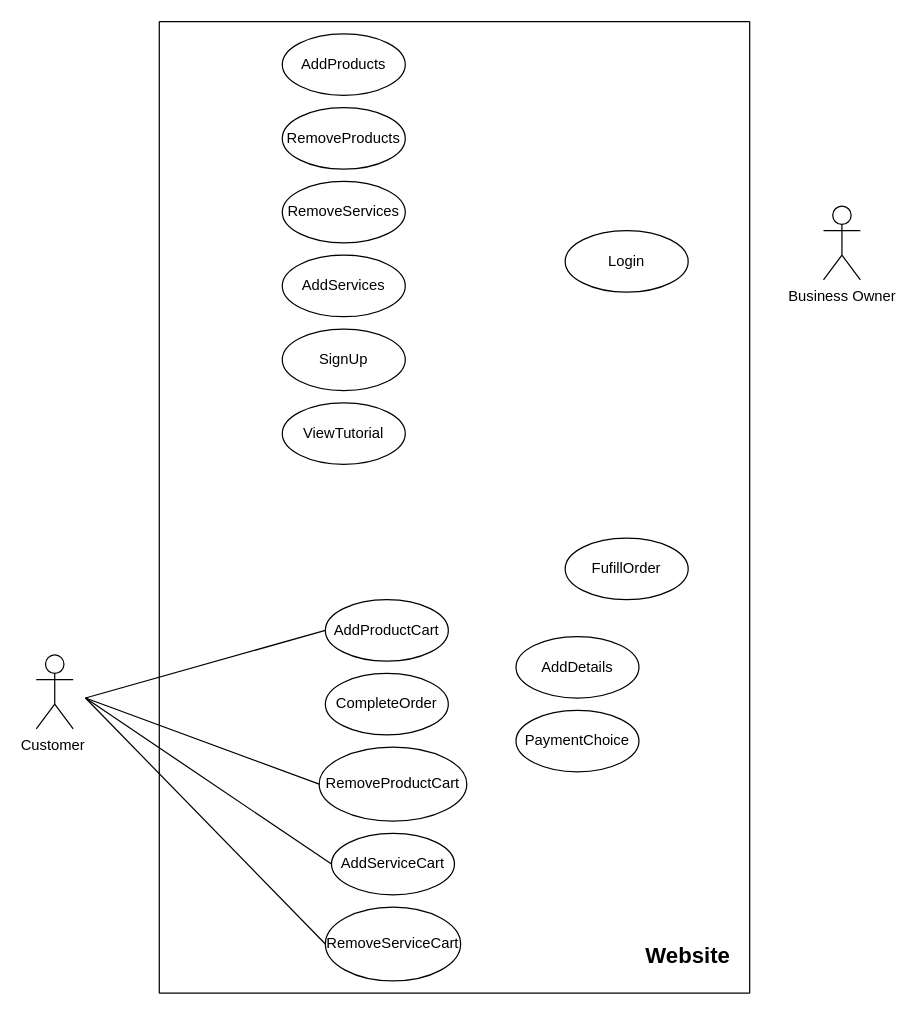
The draw.io diagram Untitled Diagram.drawio in willdonlan8/hello-world, before the edit. Source tidied: cells renumbered, new cells numbered last; positions are measured from the earlier drawing's top-left corner, leaving out a move shared by most shapes. Both pictures are drawn from the tidied source at 123%, with x=0, y=0 at pixel (36, 21).
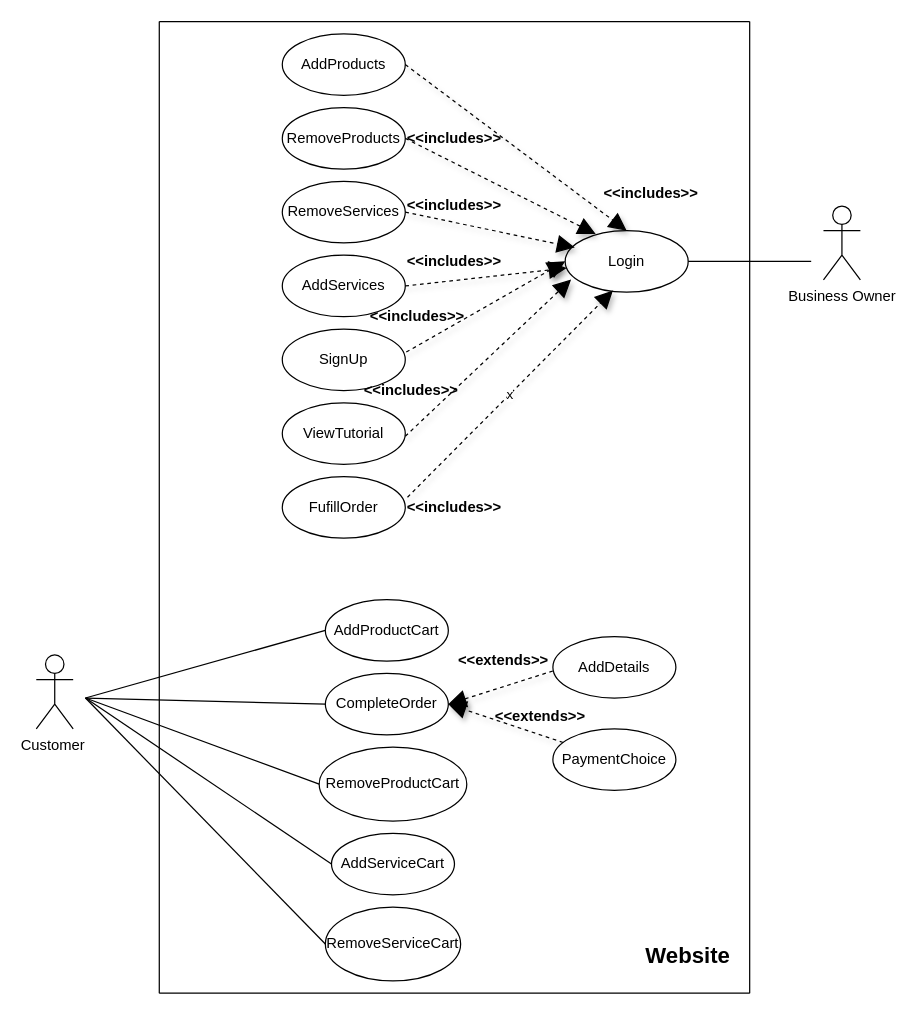
After the change.

Unchanged cells that the change refers to:
```xml
<mxCell id="8" value="SignUp" style="ellipse;whiteSpace=wrap;html=1;" parent="1" vertex="1">
  <mxGeometry x="200" y="250" width="100" height="50" as="geometry" />
</mxCell>
<mxCell id="9" value="AddProducts" style="ellipse;whiteSpace=wrap;html=1;" parent="1" vertex="1">
  <mxGeometry x="200" y="10" width="100" height="50" as="geometry" />
</mxCell>
<mxCell id="10" value="Login" style="ellipse;whiteSpace=wrap;html=1;" parent="1" vertex="1">
  <mxGeometry x="430" y="170" width="100" height="50" as="geometry" />
</mxCell>
<mxCell id="11" value="RemoveProducts" style="ellipse;whiteSpace=wrap;html=1;" parent="1" vertex="1">
  <mxGeometry x="200" y="70" width="100" height="50" as="geometry" />
</mxCell>
<mxCell id="22" value="AddServices" style="ellipse;whiteSpace=wrap;html=1;" parent="1" vertex="1">
  <mxGeometry x="200" y="190" width="100" height="50" as="geometry" />
</mxCell>
<mxCell id="23" value="RemoveServices" style="ellipse;whiteSpace=wrap;html=1;" parent="1" vertex="1">
  <mxGeometry x="200" y="130" width="100" height="50" as="geometry" />
</mxCell>
<mxCell id="24" value="CompleteOrder" style="ellipse;whiteSpace=wrap;html=1;" parent="1" vertex="1">
  <mxGeometry x="235" y="530" width="100" height="50" as="geometry" />
</mxCell>
```

The edit, as a diff of the source:
```diff
@@
     <mxCell id="12" value="FufillOrder" style="ellipse;whiteSpace=wrap;html=1;" parent="1" vertex="1">
-      <mxGeometry x="430" y="420" width="100" height="50" as="geometry" />
+      <mxGeometry x="200" y="370" width="100" height="50" as="geometry" />
     </mxCell>
@@
     <mxCell id="27" value="AddDetails" style="ellipse;whiteSpace=wrap;html=1;" parent="1" vertex="1">
-      <mxGeometry x="390" y="500" width="100" height="50" as="geometry" />
+      <mxGeometry x="420" y="500" width="100" height="50" as="geometry" />
     </mxCell>
     <mxCell id="28" value="PaymentChoice" style="ellipse;whiteSpace=wrap;html=1;" parent="1" vertex="1">
-      <mxGeometry x="390" y="560" width="100" height="50" as="geometry" />
+      <mxGeometry x="420" y="575" width="100" height="50" as="geometry" />
     </mxCell>
+    <mxCell id="29" style="endArrow=none;html=1;exitX=1;exitY=0.5;exitDx=0;exitDy=0;" parent="1" edge="1" source="10">
+      <mxGeometry relative="1" as="geometry">
+        <mxPoint x="630" y="195" as="targetPoint" />
+      </mxGeometry>
+    </mxCell>
+    <mxCell id="30" style="endArrow=none;html=1;entryX=0;entryY=0.5;entryDx=0;entryDy=0;" parent="1" edge="1" target="24">
+      <mxGeometry relative="1" as="geometry">
+        <mxPoint x="40" y="550" as="sourcePoint" />
+      </mxGeometry>
+    </mxCell>
+    <mxCell id="31" value="x" style="endArrow=block;dashed=1;endFill=1;endSize=12;html=1;shadow=1;strokeColor=#000000;exitX=1.018;exitY=0.335;exitDx=0;exitDy=0;entryX=0.388;entryY=0.975;entryDx=0;entryDy=0;entryPerimeter=0;startArrow=none;exitPerimeter=0;" parent="1" edge="1" source="12" target="10">
+      <mxGeometry relative="1" as="geometry" />
+    </mxCell>
+    <mxCell id="32" style="endArrow=block;dashed=1;endFill=1;endSize=12;html=1;shadow=1;strokeColor=#000000;exitX=1.008;exitY=0.375;exitDx=0;exitDy=0;exitPerimeter=0;entryX=0;entryY=0.5;entryDx=0;entryDy=0;" parent="1" edge="1" source="8" target="10">
+      <mxGeometry relative="1" as="geometry" />
+    </mxCell>
+    <mxCell id="33" style="endArrow=block;dashed=1;endFill=1;endSize=12;html=1;shadow=1;strokeColor=#000000;exitX=1;exitY=0.5;exitDx=0;exitDy=0;entryX=0.048;entryY=0.795;entryDx=0;entryDy=0;entryPerimeter=0;" parent="1" edge="1" target="10">
+      <mxGeometry relative="1" as="geometry">
+        <mxPoint x="300" y="337.2" as="sourcePoint" />
+      </mxGeometry>
+    </mxCell>
+    <mxCell id="34" style="endArrow=block;dashed=1;endFill=1;endSize=12;html=1;shadow=1;strokeColor=#000000;exitX=1;exitY=0.5;exitDx=0;exitDy=0;" parent="1" edge="1" source="22" target="10">
+      <mxGeometry relative="1" as="geometry" />
+    </mxCell>
+    <mxCell id="35" style="endArrow=block;dashed=1;endFill=1;endSize=12;html=1;shadow=1;strokeColor=#000000;exitX=1;exitY=0.5;exitDx=0;exitDy=0;entryX=0.078;entryY=0.275;entryDx=0;entryDy=0;entryPerimeter=0;" parent="1" edge="1" source="23" target="10">
+      <mxGeometry relative="1" as="geometry" />
+    </mxCell>
+    <mxCell id="36" style="endArrow=block;dashed=1;endFill=1;endSize=12;html=1;shadow=1;strokeColor=#000000;exitX=1;exitY=0.5;exitDx=0;exitDy=0;entryX=0.248;entryY=0.055;entryDx=0;entryDy=0;entryPerimeter=0;" parent="1" edge="1" source="11" target="10">
+      <mxGeometry relative="1" as="geometry" />
+    </mxCell>
+    <mxCell id="37" style="endArrow=block;dashed=1;endFill=1;endSize=12;html=1;shadow=1;strokeColor=#000000;exitX=1;exitY=0.5;exitDx=0;exitDy=0;entryX=0.5;entryY=0;entryDx=0;entryDy=0;" parent="1" edge="1" source="9" target="10">
+      <mxGeometry relative="1" as="geometry" />
+    </mxCell>
+    <mxCell id="38" value="&lt;b&gt;&amp;lt;&amp;lt;includes&amp;gt;&amp;gt;&lt;/b&gt;" style="text;html=1;strokeColor=none;fillColor=none;align=center;verticalAlign=middle;whiteSpace=wrap;rounded=0;rotation=0;" parent="1" vertex="1">
+      <mxGeometry x="300" y="385" width="80" height="20" as="geometry" />
+    </mxCell>
+    <mxCell id="39" value="&lt;b&gt;&amp;lt;&amp;lt;includes&amp;gt;&amp;gt;&lt;/b&gt;" style="text;html=1;strokeColor=none;fillColor=none;align=center;verticalAlign=middle;whiteSpace=wrap;rounded=0;" parent="1" vertex="1">
+      <mxGeometry x="460" y="130" width="80" height="20" as="geometry" />
+    </mxCell>
+    <mxCell id="40" value="&lt;b&gt;&amp;lt;&amp;lt;includes&amp;gt;&amp;gt;&lt;/b&gt;" style="text;html=1;strokeColor=none;fillColor=none;align=center;verticalAlign=middle;whiteSpace=wrap;rounded=0;" parent="1" vertex="1">
+      <mxGeometry x="300" y="85" width="80" height="20" as="geometry" />
+    </mxCell>
+    <mxCell id="41" value="&lt;b&gt;&amp;lt;&amp;lt;includes&amp;gt;&amp;gt;&lt;/b&gt;" style="text;html=1;strokeColor=none;fillColor=none;align=center;verticalAlign=middle;whiteSpace=wrap;rounded=0;" parent="1" vertex="1">
+      <mxGeometry x="300" y="140" width="80" height="20" as="geometry" />
+    </mxCell>
+    <mxCell id="42" value="&lt;b&gt;&amp;lt;&amp;lt;includes&amp;gt;&amp;gt;&lt;/b&gt;" style="text;html=1;strokeColor=none;fillColor=none;align=center;verticalAlign=middle;whiteSpace=wrap;rounded=0;" parent="1" vertex="1">
+      <mxGeometry x="300" y="185" width="80" height="20" as="geometry" />
+    </mxCell>
+    <mxCell id="43" value="&lt;b&gt;&amp;lt;&amp;lt;includes&amp;gt;&amp;gt;&lt;/b&gt;" style="text;html=1;strokeColor=none;fillColor=none;align=center;verticalAlign=middle;whiteSpace=wrap;rounded=0;" parent="1" vertex="1">
+      <mxGeometry x="270" y="230" width="80" height="20" as="geometry" />
+    </mxCell>
+    <mxCell id="44" value="&lt;b&gt;&amp;lt;&amp;lt;includes&amp;gt;&amp;gt;&lt;/b&gt;" style="text;html=1;strokeColor=none;fillColor=none;align=center;verticalAlign=middle;whiteSpace=wrap;rounded=0;" parent="1" vertex="1">
+      <mxGeometry x="265" y="290" width="80" height="20" as="geometry" />
+    </mxCell>
+    <mxCell id="45" style="endArrow=block;dashed=1;endFill=1;endSize=12;html=1;shadow=1;strokeColor=#000000;entryX=1;entryY=0.5;entryDx=0;entryDy=0;startArrow=none;" parent="1" edge="1" source="28" target="24">
+      <mxGeometry relative="1" as="geometry" />
+    </mxCell>
+    <mxCell id="46" style="endArrow=block;dashed=1;endFill=1;endSize=12;html=1;shadow=1;strokeColor=#000000;entryX=1;entryY=0.5;entryDx=0;entryDy=0;startArrow=none;" parent="1" edge="1" target="24">
+      <mxGeometry relative="1" as="geometry">
+        <mxPoint x="420" y="528" as="sourcePoint" />
+      </mxGeometry>
+    </mxCell>
+    <mxCell id="47" value="&lt;b&gt;&amp;lt;&amp;lt;extends&amp;gt;&amp;gt;&lt;/b&gt;" style="text;html=1;strokeColor=none;fillColor=none;align=center;verticalAlign=middle;whiteSpace=wrap;rounded=0;" parent="1" vertex="1">
+      <mxGeometry x="340" y="510" width="80" height="20" as="geometry" />
+    </mxCell>
+    <mxCell id="48" value="&lt;b&gt;&amp;lt;&amp;lt;extends&amp;gt;&amp;gt;&lt;/b&gt;" style="text;html=1;strokeColor=none;fillColor=none;align=center;verticalAlign=middle;whiteSpace=wrap;rounded=0;" parent="1" vertex="1">
+      <mxGeometry x="370" y="555" width="80" height="20" as="geometry" />
+    </mxCell>
```
